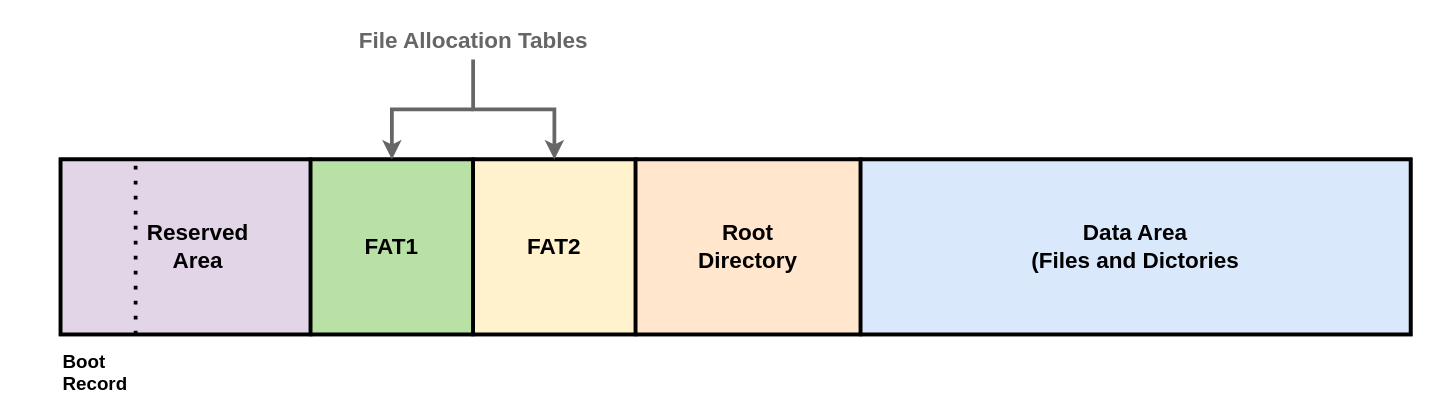
The draw.io diagram diagrams/fatfs_structure/fatfs_structure.drawio in Doly02/thesis, before the edit. Source tidied: cells renumbered, new cells numbered last; positions are measured from the earlier drawing's top-left corner, leaving out a move shared by most shapes. Both pictures are drawn from the tidied source at 125%, with x=0, y=0 at pixel (60, 21).
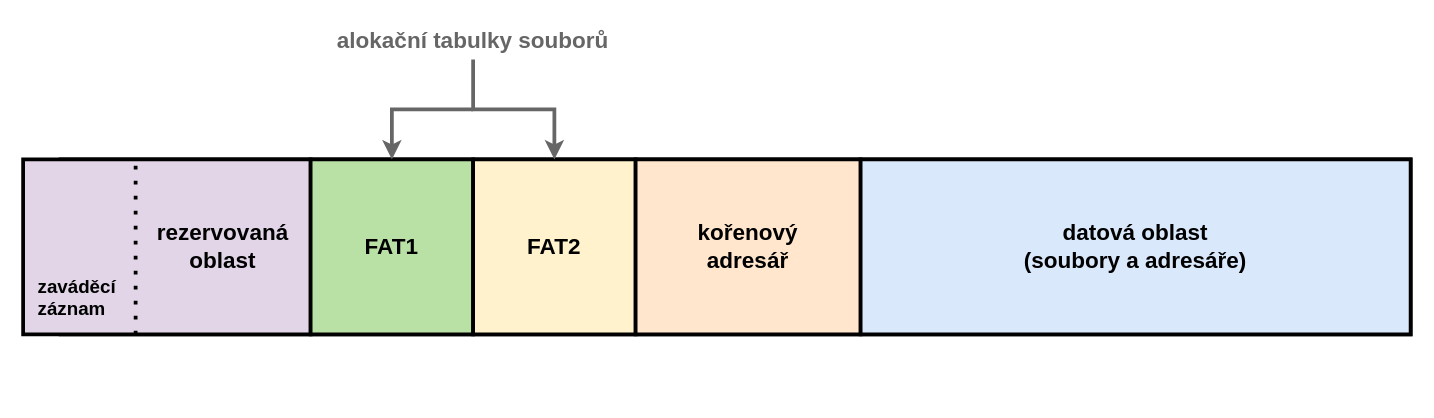
Above is the later version.

Commit message (it also covers changes not shown here):
[TECH_REPORT] Updates Diagrams.

Change to the diagram source:
```diff
@@
     <mxCell id="3" style="rounded=0;whiteSpace=wrap;html=1;fillColor=#e1d5e7;strokeColor=#000000;strokeWidth=3;" parent="1" vertex="1">
-      <mxGeometry y="110" width="200" height="140" as="geometry" />
+      <mxGeometry x="-30" y="110" width="230" height="140" as="geometry" />
     </mxCell>
@@
-    <mxCell id="5" value="&lt;font style=&quot;font-size: 15px;&quot;&gt;&lt;b&gt;Boot&lt;/b&gt;&lt;/font&gt;&lt;div&gt;&lt;font style=&quot;font-size: 15px;&quot;&gt;&lt;b&gt;Record&lt;/b&gt;&lt;/font&gt;&lt;/div&gt;" style="text;html=1;align=left;verticalAlign=middle;whiteSpace=wrap;rounded=0;" parent="1" vertex="1">
-      <mxGeometry y="260" width="80" height="40" as="geometry" />
+    <mxCell id="5" value="&lt;span style=&quot;font-size: 15px;&quot;&gt;&lt;b&gt;zaváděcí&lt;/b&gt;&lt;/span&gt;&lt;div&gt;&lt;span style=&quot;font-size: 15px;&quot;&gt;&lt;b&gt;záznam&lt;/b&gt;&lt;/span&gt;&lt;/div&gt;" style="text;html=1;align=left;verticalAlign=middle;whiteSpace=wrap;rounded=0;" parent="1" vertex="1">
+      <mxGeometry x="-20" y="200" width="80" height="40" as="geometry" />
     </mxCell>
-    <mxCell id="6" value="&lt;b style=&quot;&quot;&gt;&lt;font style=&quot;font-size: 18px;&quot;&gt;Reserved&lt;/font&gt;&lt;/b&gt;&lt;div&gt;&lt;b style=&quot;&quot;&gt;&lt;font style=&quot;font-size: 18px;&quot;&gt;Area&lt;/font&gt;&lt;/b&gt;&lt;/div&gt;" style="text;html=1;align=center;verticalAlign=middle;whiteSpace=wrap;rounded=0;" parent="1" vertex="1">
-      <mxGeometry x="70" y="160" width="80" height="40" as="geometry" />
+    <mxCell id="6" value="&lt;span style=&quot;font-size: 18px;&quot;&gt;&lt;b&gt;rezervovaná&lt;/b&gt;&lt;/span&gt;&lt;div&gt;&lt;span style=&quot;font-size: 18px;&quot;&gt;&lt;b&gt;oblast&lt;/b&gt;&lt;/span&gt;&lt;/div&gt;" style="text;html=1;align=center;verticalAlign=middle;whiteSpace=wrap;rounded=0;" parent="1" vertex="1">
+      <mxGeometry x="60" y="160" width="140" height="40" as="geometry" />
     </mxCell>
@@
-    <mxCell id="12" value="&lt;b style=&quot;&quot;&gt;&lt;font style=&quot;font-size: 18px;&quot;&gt;Root&lt;/font&gt;&lt;/b&gt;&lt;div&gt;&lt;b style=&quot;&quot;&gt;&lt;font style=&quot;font-size: 18px;&quot;&gt;Directory&lt;/font&gt;&lt;/b&gt;&lt;/div&gt;" style="text;html=1;align=center;verticalAlign=middle;whiteSpace=wrap;rounded=0;" parent="1" vertex="1">
+    <mxCell id="12" value="&lt;span style=&quot;font-size: 18px;&quot;&gt;&lt;b&gt;kořenový&lt;/b&gt;&lt;/span&gt;&lt;div&gt;&lt;span style=&quot;font-size: 18px;&quot;&gt;&lt;b&gt;adresář&lt;/b&gt;&lt;/span&gt;&lt;/div&gt;" style="text;html=1;align=center;verticalAlign=middle;whiteSpace=wrap;rounded=0;" parent="1" vertex="1">
       <mxGeometry x="510" y="160" width="80" height="40" as="geometry" />
     </mxCell>
@@
-    <mxCell id="14" value="&lt;b style=&quot;&quot;&gt;&lt;font style=&quot;font-size: 18px;&quot;&gt;Data Area&lt;/font&gt;&lt;/b&gt;&lt;div&gt;&lt;b style=&quot;&quot;&gt;&lt;font style=&quot;font-size: 18px;&quot;&gt;(Files and Dictories&lt;/font&gt;&lt;/b&gt;&lt;/div&gt;" style="text;html=1;align=center;verticalAlign=middle;whiteSpace=wrap;rounded=0;" parent="1" vertex="1">
+    <mxCell id="14" value="&lt;b style=&quot;&quot;&gt;&lt;font style=&quot;font-size: 18px;&quot;&gt;datová oblast&lt;/font&gt;&lt;/b&gt;&lt;div&gt;&lt;b style=&quot;&quot;&gt;&lt;font style=&quot;font-size: 18px;&quot;&gt;(soubory a adresáře)&lt;/font&gt;&lt;/b&gt;&lt;/div&gt;" style="text;html=1;align=center;verticalAlign=middle;whiteSpace=wrap;rounded=0;" parent="1" vertex="1">
       <mxGeometry x="760" y="150" width="200" height="60" as="geometry" />
     </mxCell>
@@
-    <mxCell id="18" value="&lt;font style=&quot;font-size: 18px; color: rgb(102, 102, 102);&quot;&gt;&lt;b&gt;File Allocation Tables&lt;/b&gt;&lt;/font&gt;" style="text;html=1;align=center;verticalAlign=middle;whiteSpace=wrap;rounded=0;" parent="1" vertex="1">
-      <mxGeometry x="227.5" width="205" height="30" as="geometry" />
+    <mxCell id="18" value="&lt;font color=&quot;#666666&quot;&gt;&lt;span style=&quot;font-size: 18px;&quot;&gt;&lt;b&gt;alokační tabulky souborů&lt;/b&gt;&lt;/span&gt;&lt;/font&gt;" style="text;html=1;align=center;verticalAlign=middle;whiteSpace=wrap;rounded=0;" parent="1" vertex="1">
+      <mxGeometry x="220" width="220" height="30" as="geometry" />
     </mxCell>
```
